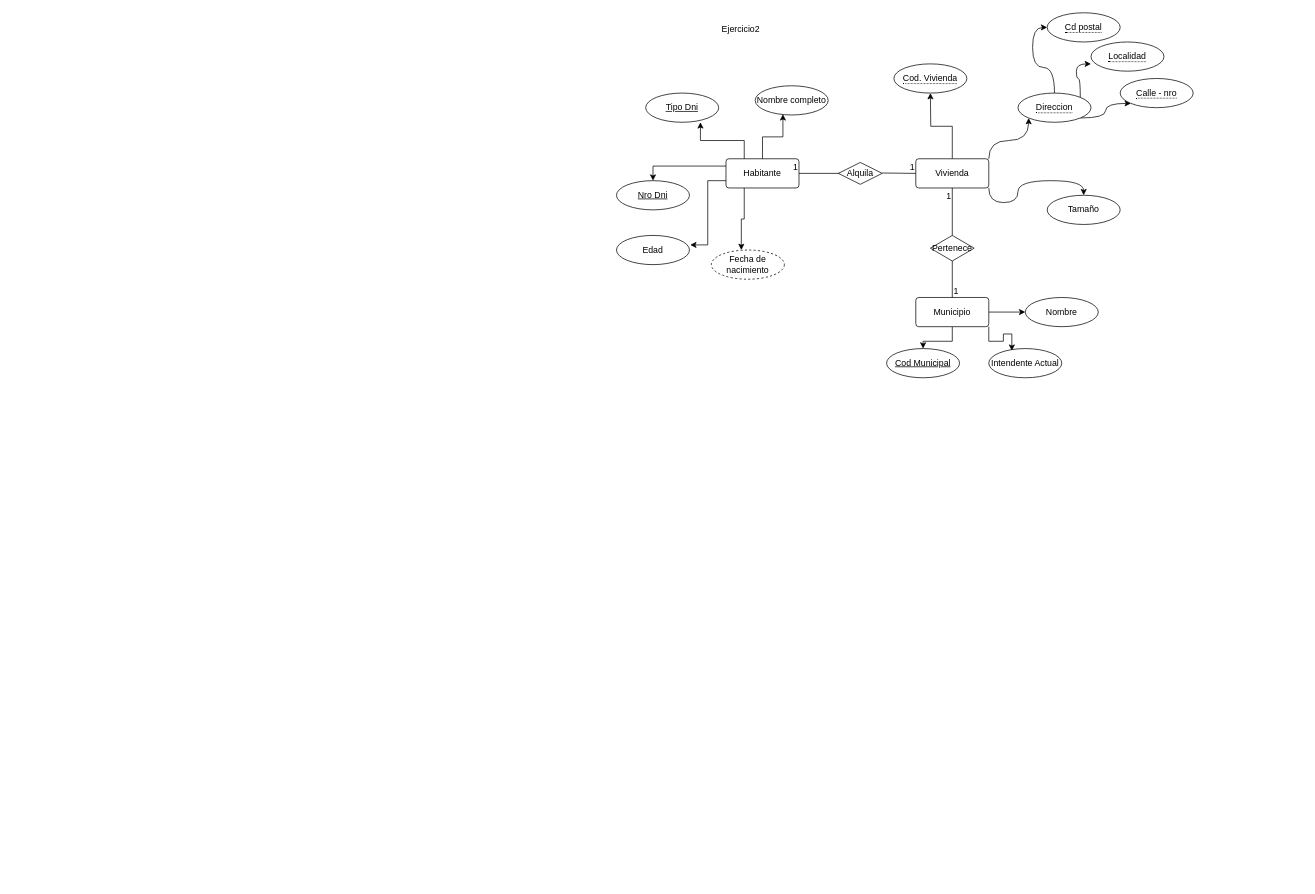
The draw.io diagram Ejercicio2.drawio in Castellanos98Alan/BaseDeDatos-Diagramas, before the edit. Source tidied: cells renumbered, new cells numbered last; positions are measured from the earlier drawing's top-left corner, leaving out a move shared by most shapes. Both pictures are drawn from the tidied source at 73%, with x=0, y=0 at pixel (616, 12).
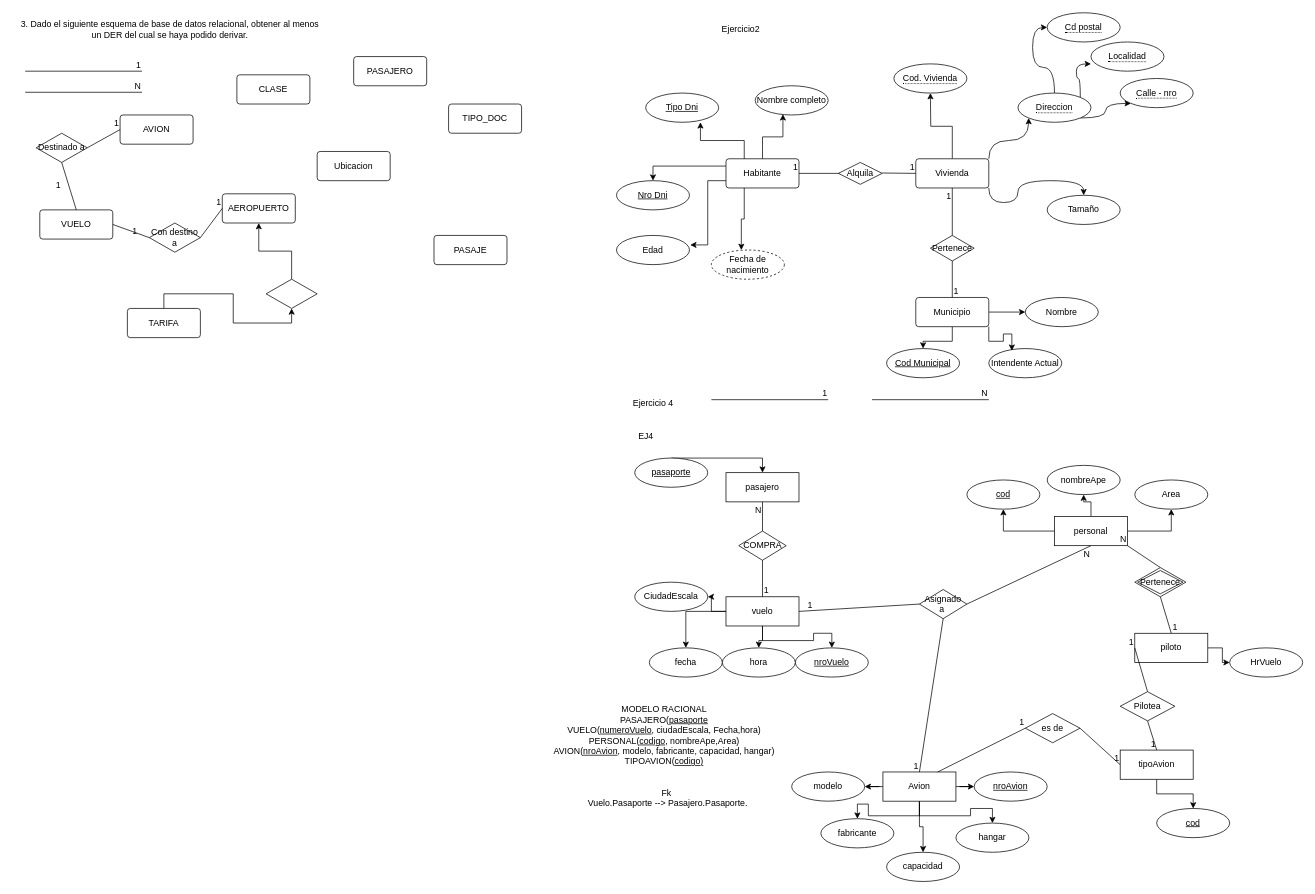
After the change.

What changed in the source:
```diff
@@
+    <mxCell id="45" value="AVION" style="rounded=1;arcSize=10;whiteSpace=wrap;html=1;align=center;" parent="1" vertex="1">
+      <mxGeometry x="-680" y="140" width="100" height="40" as="geometry" />
+    </mxCell>
+    <mxCell id="46" value="3. Dado el siguiente esquema de base de datos relacional, obtener al menos&lt;br/&gt;un DER del cual se haya podido derivar." style="text;html=1;align=center;verticalAlign=middle;strokeColor=none;fillColor=none;" parent="1" vertex="1">
+      <mxGeometry x="-827" y="3" width="430" height="40" as="geometry" />
+    </mxCell>
+    <mxCell id="47" value="VUELO" style="rounded=1;arcSize=10;whiteSpace=wrap;html=1;align=center;" parent="1" vertex="1">
+      <mxGeometry x="-790" y="270" width="100" height="40" as="geometry" />
+    </mxCell>
+    <mxCell id="48" value="AEROPUERTO" style="rounded=1;arcSize=10;whiteSpace=wrap;html=1;align=center;" parent="1" vertex="1">
+      <mxGeometry x="-540" y="248" width="100" height="40" as="geometry" />
+    </mxCell>
+    <mxCell id="49" value="PASAJERO" style="rounded=1;arcSize=10;whiteSpace=wrap;html=1;align=center;" parent="1" vertex="1">
+      <mxGeometry x="-360" y="60" width="100" height="40" as="geometry" />
+    </mxCell>
+    <mxCell id="50" style="text;html=1;align=center;verticalAlign=middle;strokeColor=none;fillColor=none;" parent="1" vertex="1">
+      <mxGeometry x="-710" y="328" width="20" height="30" as="geometry" />
+    </mxCell>
+    <mxCell id="51" value="Ubicacion" style="rounded=1;arcSize=10;whiteSpace=wrap;html=1;align=center;" parent="1" vertex="1">
+      <mxGeometry x="-410" y="190" width="100" height="40" as="geometry" />
+    </mxCell>
+    <mxCell id="52" style="edgeStyle=orthogonalEdgeStyle;rounded=0;jettySize=auto;html=1;exitX=0.5;exitY=0;exitDx=0;exitDy=0;entryX=0.5;entryY=1;entryDx=0;entryDy=0;" parent="1" edge="1" source="53" target="72">
+      <mxGeometry relative="1" as="geometry" />
+    </mxCell>
+    <mxCell id="53" value="TARIFA" style="rounded=1;arcSize=10;whiteSpace=wrap;html=1;align=center;" parent="1" vertex="1">
+      <mxGeometry x="-670" y="405" width="100" height="40" as="geometry" />
+    </mxCell>
+    <mxCell id="54" value="PASAJE" style="rounded=1;arcSize=10;whiteSpace=wrap;html=1;align=center;" parent="1" vertex="1">
+      <mxGeometry x="-250" y="305" width="100" height="40" as="geometry" />
+    </mxCell>
+    <mxCell id="55" value="TIPO_DOC" style="rounded=1;arcSize=10;whiteSpace=wrap;html=1;align=center;" parent="1" vertex="1">
+      <mxGeometry x="-230" y="125" width="100" height="40" as="geometry" />
+    </mxCell>
+    <mxCell id="56" value="CLASE" style="rounded=1;arcSize=10;whiteSpace=wrap;html=1;align=center;" parent="1" vertex="1">
+      <mxGeometry x="-520" y="85" width="100" height="40" as="geometry" />
+    </mxCell>
+    <mxCell id="57" value="Destinado a" style="shape=rhombus;perimeter=rhombusPerimeter;whiteSpace=wrap;html=1;align=center;" parent="1" vertex="1">
+      <mxGeometry x="-795" y="165" width="70" height="40" as="geometry" />
+    </mxCell>
+    <mxCell id="58" style="endArrow=none;html=1;rounded=0;" parent="1" edge="1">
+      <mxGeometry relative="1" as="geometry">
+        <mxPoint x="-810" y="80" as="sourcePoint" />
+        <mxPoint x="-650" y="80" as="targetPoint" />
+      </mxGeometry>
+    </mxCell>
+    <mxCell id="59" value="1" style="html=1;whiteSpace=wrap;align=right;verticalAlign=bottom;" parent="58" vertex="1">
+      <mxGeometry x="1" relative="1" as="geometry" />
+    </mxCell>
+    <mxCell id="60" style="endArrow=none;html=1;rounded=0;" parent="1" edge="1">
+      <mxGeometry relative="1" as="geometry">
+        <mxPoint x="-810" y="108.9" as="sourcePoint" />
+        <mxPoint x="-650" y="108.9" as="targetPoint" />
+      </mxGeometry>
+    </mxCell>
+    <mxCell id="61" value="N" style="html=1;whiteSpace=wrap;align=right;verticalAlign=bottom;" parent="60" vertex="1">
+      <mxGeometry x="1" relative="1" as="geometry" />
+    </mxCell>
+    <mxCell id="62" style="endArrow=none;html=1;rounded=0;entryX=0.5;entryY=1;entryDx=0;entryDy=0;exitX=0.5;exitY=0;exitDx=0;exitDy=0;" parent="1" edge="1" source="47" target="57">
+      <mxGeometry relative="1" as="geometry" />
+    </mxCell>
+    <mxCell id="63" value="1" style="html=1;whiteSpace=wrap;align=right;verticalAlign=bottom;" parent="62" vertex="1">
+      <mxGeometry x="1" relative="1" as="geometry">
+        <mxPoint y="40" as="offset" />
+      </mxGeometry>
+    </mxCell>
+    <mxCell id="64" style="endArrow=none;html=1;rounded=0;exitX=1;exitY=0.5;exitDx=0;exitDy=0;entryX=0;entryY=0.5;entryDx=0;entryDy=0;" parent="1" edge="1" source="57" target="45">
+      <mxGeometry relative="1" as="geometry" />
+    </mxCell>
+    <mxCell id="65" value="1" style="html=1;whiteSpace=wrap;align=right;verticalAlign=bottom;" parent="64" vertex="1">
+      <mxGeometry x="1" relative="1" as="geometry" />
+    </mxCell>
+    <mxCell id="66" style="endArrow=none;html=1;rounded=0;exitX=1;exitY=0.5;exitDx=0;exitDy=0;entryX=0;entryY=0.5;entryDx=0;entryDy=0;" parent="1" edge="1" source="47" target="68">
+      <mxGeometry relative="1" as="geometry" />
+    </mxCell>
+    <mxCell id="67" value="1" style="html=1;whiteSpace=wrap;align=right;verticalAlign=bottom;" parent="66" vertex="1">
+      <mxGeometry x="1" relative="1" as="geometry">
+        <mxPoint x="-15" as="offset" />
+      </mxGeometry>
+    </mxCell>
+    <mxCell id="68" value="Con destino a" style="shape=rhombus;perimeter=rhombusPerimeter;whiteSpace=wrap;html=1;align=center;" parent="1" vertex="1">
+      <mxGeometry x="-640" y="288" width="70" height="40" as="geometry" />
+    </mxCell>
+    <mxCell id="69" style="endArrow=none;html=1;rounded=0;exitX=1;exitY=0.5;exitDx=0;exitDy=0;entryX=0;entryY=0.5;entryDx=0;entryDy=0;" parent="1" edge="1" source="68" target="48">
+      <mxGeometry relative="1" as="geometry" />
+    </mxCell>
+    <mxCell id="70" value="1" style="html=1;whiteSpace=wrap;align=right;verticalAlign=bottom;" parent="69" vertex="1">
+      <mxGeometry x="1" relative="1" as="geometry" />
+    </mxCell>
+    <mxCell id="71" style="edgeStyle=orthogonalEdgeStyle;rounded=0;jettySize=auto;html=1;exitX=0.5;exitY=0;exitDx=0;exitDy=0;entryX=0.5;entryY=1;entryDx=0;entryDy=0;" parent="1" edge="1" source="72" target="48">
+      <mxGeometry relative="1" as="geometry" />
+    </mxCell>
+    <mxCell id="72" style="shape=rhombus;perimeter=rhombusPerimeter;whiteSpace=wrap;html=1;align=center;" parent="1" vertex="1">
+      <mxGeometry x="-480" y="365" width="70" height="40" as="geometry" />
+    </mxCell>
+    <mxCell id="73" value="Ejercicio 4" style="text;html=1;align=center;verticalAlign=middle;strokeColor=none;fillColor=none;" parent="1" vertex="1">
+      <mxGeometry x="10" y="520" width="80" height="30" as="geometry" />
+    </mxCell>
+    <mxCell id="74" style="endArrow=none;html=1;rounded=0;" parent="1" edge="1">
+      <mxGeometry relative="1" as="geometry">
+        <mxPoint x="130" y="530" as="sourcePoint" />
+        <mxPoint x="290" y="530" as="targetPoint" />
+      </mxGeometry>
+    </mxCell>
+    <mxCell id="75" value="1" style="html=1;whiteSpace=wrap;align=right;verticalAlign=bottom;" parent="74" vertex="1">
+      <mxGeometry x="1" relative="1" as="geometry" />
+    </mxCell>
+    <mxCell id="76" style="endArrow=none;html=1;rounded=0;" parent="1" edge="1">
+      <mxGeometry relative="1" as="geometry">
+        <mxPoint x="350" y="530" as="sourcePoint" />
+        <mxPoint x="510" y="530" as="targetPoint" />
+      </mxGeometry>
+    </mxCell>
+    <mxCell id="77" value="N" style="html=1;whiteSpace=wrap;align=right;verticalAlign=bottom;" parent="76" vertex="1">
+      <mxGeometry x="1" relative="1" as="geometry" />
+    </mxCell>
+    <mxCell id="78" value="pasajero" style="whiteSpace=wrap;html=1;align=center;" parent="1" vertex="1">
+      <mxGeometry x="150" y="630" width="100" height="40" as="geometry" />
+    </mxCell>
+    <mxCell id="79" style="edgeStyle=orthogonalEdgeStyle;rounded=0;jettySize=auto;html=1;" parent="1" edge="1" source="80" target="78">
+      <mxGeometry relative="1" as="geometry">
+        <Array as="points">
+          <mxPoint x="200" y="610" />
+        </Array>
+      </mxGeometry>
+    </mxCell>
+    <mxCell id="80" value="pasaporte" style="ellipse;whiteSpace=wrap;html=1;align=center;fontStyle=4;" parent="1" vertex="1">
+      <mxGeometry x="25" y="610" width="100" height="40" as="geometry" />
+    </mxCell>
+    <mxCell id="81" style="edgeStyle=orthogonalEdgeStyle;rounded=0;jettySize=auto;html=1;" parent="1" edge="1" source="85" target="89">
+      <mxGeometry relative="1" as="geometry" />
+    </mxCell>
+    <mxCell id="82" style="edgeStyle=orthogonalEdgeStyle;rounded=0;jettySize=auto;html=1;entryX=0.5;entryY=0;entryDx=0;entryDy=0;" parent="1" edge="1" source="85" target="88">
+      <mxGeometry relative="1" as="geometry" />
+    </mxCell>
+    <mxCell id="83" style="edgeStyle=orthogonalEdgeStyle;rounded=0;jettySize=auto;html=1;entryX=0.5;entryY=0;entryDx=0;entryDy=0;" parent="1" edge="1" source="85" target="86">
+      <mxGeometry relative="1" as="geometry" />
+    </mxCell>
+    <mxCell id="84" style="edgeStyle=orthogonalEdgeStyle;rounded=0;jettySize=auto;html=1;entryX=0.5;entryY=0;entryDx=0;entryDy=0;" parent="1" edge="1" source="85" target="87">
+      <mxGeometry relative="1" as="geometry" />
+    </mxCell>
+    <mxCell id="85" value="vuelo" style="whiteSpace=wrap;html=1;align=center;" parent="1" vertex="1">
+      <mxGeometry x="150" y="800" width="100" height="40" as="geometry" />
+    </mxCell>
+    <mxCell id="86" value="nroVuelo" style="ellipse;whiteSpace=wrap;html=1;align=center;fontStyle=4;" parent="1" vertex="1">
+      <mxGeometry x="245" y="870" width="100" height="40" as="geometry" />
+    </mxCell>
+    <mxCell id="87" value="hora" style="ellipse;whiteSpace=wrap;html=1;align=center;" parent="1" vertex="1">
+      <mxGeometry x="145" y="870" width="100" height="40" as="geometry" />
+    </mxCell>
+    <mxCell id="88" value="fecha" style="ellipse;whiteSpace=wrap;html=1;align=center;" parent="1" vertex="1">
+      <mxGeometry x="45" y="870" width="100" height="40" as="geometry" />
+    </mxCell>
+    <mxCell id="89" value="CiudadEscala" style="ellipse;whiteSpace=wrap;html=1;align=center;" parent="1" vertex="1">
+      <mxGeometry x="25" y="780" width="100" height="40" as="geometry" />
+    </mxCell>
+    <mxCell id="90" style="edgeStyle=orthogonalEdgeStyle;rounded=0;jettySize=auto;html=1;" parent="1" edge="1" source="95" target="103">
+      <mxGeometry relative="1" as="geometry" />
+    </mxCell>
+    <mxCell id="91" style="edgeStyle=orthogonalEdgeStyle;rounded=0;jettySize=auto;html=1;" parent="1" edge="1" source="95" target="105">
+      <mxGeometry relative="1" as="geometry" />
+    </mxCell>
+    <mxCell id="92" style="edgeStyle=orthogonalEdgeStyle;rounded=0;jettySize=auto;html=1;" parent="1" edge="1" source="95" target="106">
+      <mxGeometry relative="1" as="geometry" />
+    </mxCell>
+    <mxCell id="93" style="edgeStyle=orthogonalEdgeStyle;rounded=0;jettySize=auto;html=1;" parent="1" edge="1" source="95" target="104">
+      <mxGeometry relative="1" as="geometry" />
+    </mxCell>
+    <mxCell id="94" style="edgeStyle=orthogonalEdgeStyle;rounded=0;jettySize=auto;html=1;" parent="1" edge="1" source="95" target="102">
+      <mxGeometry relative="1" as="geometry" />
+    </mxCell>
+    <mxCell id="95" value="Avion" style="whiteSpace=wrap;html=1;align=center;" parent="1" vertex="1">
+      <mxGeometry x="365" y="1040" width="100" height="40" as="geometry" />
+    </mxCell>
+    <mxCell id="96" style="edgeStyle=orthogonalEdgeStyle;rounded=0;jettySize=auto;html=1;entryX=0.5;entryY=1;entryDx=0;entryDy=0;" parent="1" edge="1" source="99" target="109">
+      <mxGeometry relative="1" as="geometry" />
+    </mxCell>
+    <mxCell id="97" style="edgeStyle=orthogonalEdgeStyle;rounded=0;jettySize=auto;html=1;" parent="1" edge="1" source="99" target="108">
+      <mxGeometry relative="1" as="geometry" />
+    </mxCell>
+    <mxCell id="98" style="edgeStyle=orthogonalEdgeStyle;rounded=0;jettySize=auto;html=1;entryX=0.5;entryY=1;entryDx=0;entryDy=0;" parent="1" edge="1" source="99" target="107">
+      <mxGeometry relative="1" as="geometry" />
+    </mxCell>
+    <mxCell id="99" value="personal" style="whiteSpace=wrap;html=1;align=center;" parent="1" vertex="1">
+      <mxGeometry x="600" y="690" width="100" height="40" as="geometry" />
+    </mxCell>
+    <mxCell id="100" style="edgeStyle=orthogonalEdgeStyle;rounded=0;jettySize=auto;html=1;" parent="1" edge="1" source="101" target="110">
+      <mxGeometry relative="1" as="geometry" />
+    </mxCell>
+    <mxCell id="101" value="piloto" style="whiteSpace=wrap;html=1;align=center;" parent="1" vertex="1">
+      <mxGeometry x="710" y="850" width="100" height="40" as="geometry" />
+    </mxCell>
+    <mxCell id="102" value="nroAvion" style="ellipse;whiteSpace=wrap;html=1;align=center;fontStyle=4;" parent="1" vertex="1">
+      <mxGeometry x="490" y="1040" width="100" height="40" as="geometry" />
+    </mxCell>
+    <mxCell id="103" value="modelo" style="ellipse;whiteSpace=wrap;html=1;align=center;" parent="1" vertex="1">
+      <mxGeometry x="240" y="1040" width="100" height="40" as="geometry" />
+    </mxCell>
+    <mxCell id="104" value="hangar" style="ellipse;whiteSpace=wrap;html=1;align=center;" parent="1" vertex="1">
+      <mxGeometry x="465" y="1110" width="100" height="40" as="geometry" />
+    </mxCell>
+    <mxCell id="105" value="capacidad" style="ellipse;whiteSpace=wrap;html=1;align=center;" parent="1" vertex="1">
+      <mxGeometry x="370" y="1150" width="100" height="40" as="geometry" />
+    </mxCell>
+    <mxCell id="106" value="fabricante" style="ellipse;whiteSpace=wrap;html=1;align=center;" parent="1" vertex="1">
+      <mxGeometry x="280" y="1104" width="100" height="40" as="geometry" />
+    </mxCell>
+    <mxCell id="107" value="Area" style="ellipse;whiteSpace=wrap;html=1;align=center;" parent="1" vertex="1">
+      <mxGeometry x="710" y="640" width="100" height="40" as="geometry" />
+    </mxCell>
+    <mxCell id="108" value="nombreApe" style="ellipse;whiteSpace=wrap;html=1;align=center;" parent="1" vertex="1">
+      <mxGeometry x="590" y="620" width="100" height="40" as="geometry" />
+    </mxCell>
+    <mxCell id="109" value="cod" style="ellipse;whiteSpace=wrap;html=1;align=center;fontStyle=4;" parent="1" vertex="1">
+      <mxGeometry x="480" y="640" width="100" height="40" as="geometry" />
+    </mxCell>
+    <mxCell id="110" value="HrVuelo" style="ellipse;whiteSpace=wrap;html=1;align=center;" parent="1" vertex="1">
+      <mxGeometry x="840" y="870" width="100" height="40" as="geometry" />
+    </mxCell>
+    <mxCell id="111" style="edgeStyle=orthogonalEdgeStyle;rounded=0;jettySize=auto;html=1;" parent="1" edge="1" source="112" target="113">
+      <mxGeometry relative="1" as="geometry" />
+    </mxCell>
+    <mxCell id="112" value="tipoAvion" style="whiteSpace=wrap;html=1;align=center;" parent="1" vertex="1">
+      <mxGeometry x="690" y="1010" width="100" height="40" as="geometry" />
+    </mxCell>
+    <mxCell id="113" value="cod" style="ellipse;whiteSpace=wrap;html=1;align=center;fontStyle=4;" parent="1" vertex="1">
+      <mxGeometry x="740" y="1090" width="100" height="40" as="geometry" />
+    </mxCell>
+    <mxCell id="114" value="EJ4&lt;br&gt;" style="text;html=1;align=center;verticalAlign=middle;strokeColor=none;fillColor=none;" parent="1" vertex="1">
+      <mxGeometry x="20" y="570" width="40" height="20" as="geometry" />
+    </mxCell>
+    <mxCell id="115" value="COMPRA" style="shape=rhombus;perimeter=rhombusPerimeter;whiteSpace=wrap;html=1;align=center;" parent="1" vertex="1">
+      <mxGeometry x="167.5" y="710" width="65" height="40" as="geometry" />
+    </mxCell>
+    <mxCell id="116" style="endArrow=none;html=1;rounded=0;exitX=0.5;exitY=0;exitDx=0;exitDy=0;entryX=0.5;entryY=1;entryDx=0;entryDy=0;" parent="1" edge="1" source="115" target="78">
+      <mxGeometry relative="1" as="geometry" />
+    </mxCell>
+    <mxCell id="117" value="N" style="html=1;whiteSpace=wrap;align=right;verticalAlign=bottom;" parent="116" vertex="1">
+      <mxGeometry x="1" relative="1" as="geometry">
+        <mxPoint y="20" as="offset" />
+      </mxGeometry>
+    </mxCell>
+    <mxCell id="118" style="endArrow=none;html=1;rounded=0;exitX=0.5;exitY=0;exitDx=0;exitDy=0;entryX=0.5;entryY=1;entryDx=0;entryDy=0;" parent="1" edge="1" source="85" target="115">
+      <mxGeometry relative="1" as="geometry" />
+    </mxCell>
+    <mxCell id="119" value="1" style="html=1;whiteSpace=wrap;align=right;verticalAlign=bottom;" parent="118" vertex="1">
+      <mxGeometry x="1" relative="1" as="geometry">
+        <mxPoint x="10" y="50" as="offset" />
+      </mxGeometry>
+    </mxCell>
+    <mxCell id="120" value="Asignado a&amp;nbsp;" style="shape=rhombus;perimeter=rhombusPerimeter;whiteSpace=wrap;html=1;align=center;" parent="1" vertex="1">
+      <mxGeometry x="415" y="790" width="65" height="40" as="geometry" />
+    </mxCell>
+    <mxCell id="121" style="endArrow=none;html=1;rounded=0;exitX=1;exitY=0.5;exitDx=0;exitDy=0;entryX=0;entryY=0.5;entryDx=0;entryDy=0;" parent="1" edge="1" source="85" target="120">
+      <mxGeometry relative="1" as="geometry" />
+    </mxCell>
+    <mxCell id="122" value="1" style="html=1;whiteSpace=wrap;align=right;verticalAlign=bottom;" parent="121" vertex="1">
+      <mxGeometry x="1" relative="1" as="geometry">
+        <mxPoint x="-145" y="10" as="offset" />
+      </mxGeometry>
+    </mxCell>
+    <mxCell id="123" style="endArrow=none;html=1;rounded=0;exitX=1;exitY=0.5;exitDx=0;exitDy=0;entryX=0.5;entryY=1;entryDx=0;entryDy=0;" parent="1" edge="1" source="120" target="99">
+      <mxGeometry relative="1" as="geometry" />
+    </mxCell>
+    <mxCell id="124" value="N" style="html=1;whiteSpace=wrap;align=right;verticalAlign=bottom;" parent="123" vertex="1">
+      <mxGeometry x="1" relative="1" as="geometry">
+        <mxPoint y="20" as="offset" />
+      </mxGeometry>
+    </mxCell>
+    <mxCell id="125" value="Pertenece" style="shape=rhombus;double=1;perimeter=rhombusPerimeter;whiteSpace=wrap;html=1;align=center;" parent="1" vertex="1">
+      <mxGeometry x="710" y="760" width="70" height="40" as="geometry" />
+    </mxCell>
+    <mxCell id="126" style="endArrow=none;html=1;rounded=0;exitX=0.5;exitY=1;exitDx=0;exitDy=0;entryX=0.5;entryY=0;entryDx=0;entryDy=0;" parent="1" edge="1" source="120" target="95">
+      <mxGeometry relative="1" as="geometry" />
+    </mxCell>
+    <mxCell id="127" value="1" style="html=1;whiteSpace=wrap;align=right;verticalAlign=bottom;" parent="126" vertex="1">
+      <mxGeometry x="1" relative="1" as="geometry" />
+    </mxCell>
+    <mxCell id="128" value="Pilotea" style="shape=rhombus;perimeter=rhombusPerimeter;whiteSpace=wrap;html=1;align=center;" parent="1" vertex="1">
+      <mxGeometry x="690" y="930" width="75" height="40" as="geometry" />
+    </mxCell>
+    <mxCell id="129" style="endArrow=none;html=1;rounded=0;exitX=0.5;exitY=0;exitDx=0;exitDy=0;entryX=0;entryY=0.5;entryDx=0;entryDy=0;" parent="1" edge="1" source="128" target="101">
+      <mxGeometry relative="1" as="geometry" />
+    </mxCell>
+    <mxCell id="130" value="1" style="html=1;whiteSpace=wrap;align=right;verticalAlign=bottom;" parent="129" vertex="1">
+      <mxGeometry x="1" relative="1" as="geometry" />
+    </mxCell>
+    <mxCell id="131" style="endArrow=none;html=1;rounded=0;exitX=0.5;exitY=1;exitDx=0;exitDy=0;entryX=0.5;entryY=0;entryDx=0;entryDy=0;" parent="1" edge="1" source="128" target="112">
+      <mxGeometry relative="1" as="geometry" />
+    </mxCell>
+    <mxCell id="132" value="1" style="html=1;whiteSpace=wrap;align=right;verticalAlign=bottom;" parent="131" vertex="1">
+      <mxGeometry x="1" relative="1" as="geometry" />
+    </mxCell>
+    <mxCell id="133" style="endArrow=none;html=1;rounded=0;entryX=1;entryY=1;entryDx=0;entryDy=0;exitX=0.5;exitY=0;exitDx=0;exitDy=0;" parent="1" edge="1" source="125" target="99">
+      <mxGeometry relative="1" as="geometry" />
+    </mxCell>
+    <mxCell id="134" value="N" style="html=1;whiteSpace=wrap;align=right;verticalAlign=bottom;" parent="133" vertex="1">
+      <mxGeometry x="1" relative="1" as="geometry" />
+    </mxCell>
+    <mxCell id="135" style="endArrow=none;html=1;rounded=0;exitX=0.5;exitY=0;exitDx=0;exitDy=0;entryX=0.5;entryY=1;entryDx=0;entryDy=0;" parent="1" edge="1" source="101" target="125">
+      <mxGeometry relative="1" as="geometry" />
+    </mxCell>
+    <mxCell id="136" value="1" style="html=1;whiteSpace=wrap;align=right;verticalAlign=bottom;" parent="135" vertex="1">
+      <mxGeometry x="1" relative="1" as="geometry">
+        <mxPoint x="25" y="50" as="offset" />
+      </mxGeometry>
+    </mxCell>
+    <mxCell id="137" value="es de" style="shape=rhombus;perimeter=rhombusPerimeter;whiteSpace=wrap;html=1;align=center;" parent="1" vertex="1">
+      <mxGeometry x="560" y="960" width="75" height="40" as="geometry" />
+    </mxCell>
+    <mxCell id="138" style="endArrow=none;html=1;rounded=0;exitX=0.75;exitY=0;exitDx=0;exitDy=0;" parent="1" edge="1" source="95">
+      <mxGeometry relative="1" as="geometry">
+        <mxPoint x="560" y="980" as="targetPoint" />
+      </mxGeometry>
+    </mxCell>
+    <mxCell id="139" value="1" style="html=1;whiteSpace=wrap;align=right;verticalAlign=bottom;" parent="138" vertex="1">
+      <mxGeometry x="1" relative="1" as="geometry" />
+    </mxCell>
+    <mxCell id="140" style="endArrow=none;html=1;rounded=0;exitX=1;exitY=0.5;exitDx=0;exitDy=0;entryX=0;entryY=0.5;entryDx=0;entryDy=0;" parent="1" edge="1" source="137" target="112">
+      <mxGeometry relative="1" as="geometry" />
+    </mxCell>
+    <mxCell id="141" value="1" style="html=1;whiteSpace=wrap;align=right;verticalAlign=bottom;" parent="140" vertex="1">
+      <mxGeometry x="1" relative="1" as="geometry" />
+    </mxCell>
+    <mxCell id="142" value="MODELO RACIONAL&lt;div&gt;PASAJERO(&lt;u&gt;pasaporte&lt;/u&gt;&lt;br&gt;VUELO(&lt;u&gt;numeroVuelo&lt;/u&gt;, ciudadEscala, Fecha,hora)&lt;br&gt;PERSONAL(&lt;u&gt;codigo&lt;/u&gt;, nombreApe,Area)&lt;br&gt;AVION(&lt;u&gt;nroAvion&lt;/u&gt;, modelo, fabricante, capacidad, hangar)&lt;br&gt;TIPOAVION(&lt;u&gt;codigo)&lt;/u&gt;&lt;/div&gt;" style="text;html=1;align=center;verticalAlign=middle;strokeColor=none;fillColor=none;" parent="1" vertex="1">
+      <mxGeometry x="-100" y="940" width="330" height="100" as="geometry" />
+    </mxCell>
+    <mxCell id="143" value="Fk&amp;nbsp;&lt;br&gt;Vuelo.Pasaporte --&amp;gt; Pasajero.Pasaporte.&lt;div&gt;&lt;br/&gt;&lt;/div&gt;" style="text;html=1;align=center;verticalAlign=middle;strokeColor=none;fillColor=none;" parent="1" vertex="1">
+      <mxGeometry x="-50" y="1053" width="240" height="60" as="geometry" />
+    </mxCell>
```
